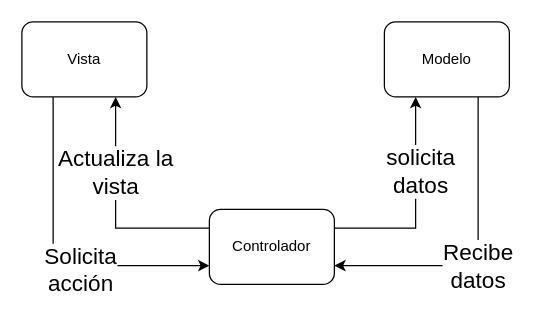
ROMthesheep/Libro-de-campo-del-iOS-developer keeps this draw.io diagram as Architecture demos/MVC/MVC.drawio. Above is the earlier version. Source tidied: cells renumbered, new cells numbered last; positions are measured from the earlier drawing's top-left corner, leaving out a move shared by most shapes. Both pictures are drawn from the tidied source at 125%, with x=0, y=0 at pixel (21, 21).
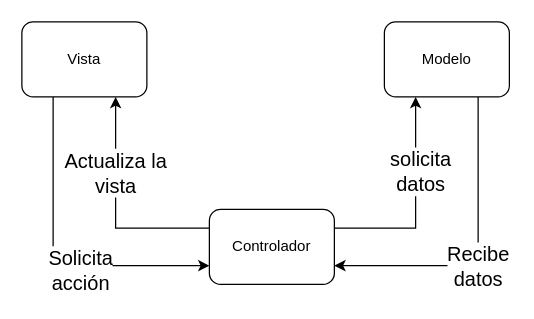
The same diagram, later.

Diff of the diagram source:
```diff
@@
 <mxGraphModel>
   <root>
     <mxCell id="0" />
     <mxCell id="1" parent="0" />
     <mxCell id="2" style="edgeStyle=orthogonalEdgeStyle;rounded=0;jettySize=auto;html=1;exitX=0.25;exitY=1;exitDx=0;exitDy=0;entryX=0;entryY=0.75;entryDx=0;entryDy=0;" parent="1" edge="1" source="4" target="9">
       <mxGeometry relative="1" as="geometry" />
     </mxCell>
-    <mxCell id="3" value="&lt;font style=&quot;font-size: 18px;&quot;&gt;Solicita &lt;br&gt;acción&lt;br&gt;&lt;/font&gt;" style="edgeLabel;html=1;align=center;verticalAlign=middle;" parent="2" vertex="1">
+    <mxCell id="3" value="&lt;font style=&quot;font-size: 16px;&quot;&gt;Solicita &lt;br&gt;acción&lt;br&gt;&lt;/font&gt;" style="edgeLabel;html=1;align=center;verticalAlign=middle;" parent="2" vertex="1">
       <mxGeometry x="0.2" y="-3" relative="1" as="geometry" />
     </mxCell>
     <mxCell id="4" value="Vista" style="rounded=1;whiteSpace=wrap;html=1;" parent="1" vertex="1">
       <mxGeometry width="100" height="60" as="geometry" />
     </mxCell>
     <mxCell id="5" style="edgeStyle=orthogonalEdgeStyle;rounded=0;jettySize=auto;html=1;exitX=0;exitY=0.25;exitDx=0;exitDy=0;entryX=0.75;entryY=1;entryDx=0;entryDy=0;" parent="1" edge="1" source="9" target="4">
       <mxGeometry relative="1" as="geometry" />
     </mxCell>
-    <mxCell id="6" value="&lt;font style=&quot;font-size: 18px;&quot;&gt;Actualiza la&lt;br&gt;&lt;/font&gt;&lt;div style=&quot;font-size: 18px;&quot;&gt;&lt;font style=&quot;font-size: 18px;&quot;&gt;vista&lt;/font&gt;&lt;/div&gt;" style="edgeLabel;html=1;align=center;verticalAlign=middle;" parent="5" vertex="1">
+    <mxCell id="6" value="&lt;font style=&quot;font-size: 16px;&quot;&gt;Actualiza la&lt;br&gt;&lt;/font&gt;&lt;div style=&quot;font-size: 16px;&quot;&gt;&lt;font style=&quot;font-size: 16px;&quot;&gt;vista&lt;/font&gt;&lt;/div&gt;" style="edgeLabel;html=1;align=center;verticalAlign=middle;" parent="5" vertex="1">
       <mxGeometry x="0.33" y="1" relative="1" as="geometry" />
     </mxCell>
     <mxCell id="7" style="edgeStyle=orthogonalEdgeStyle;rounded=0;jettySize=auto;html=1;exitX=1;exitY=0.25;exitDx=0;exitDy=0;entryX=0.25;entryY=1;entryDx=0;entryDy=0;" parent="1" edge="1" source="9" target="12">
       <mxGeometry relative="1" as="geometry" />
     </mxCell>
-    <mxCell id="8" value="&lt;font style=&quot;font-size: 18px;&quot;&gt;solicita&lt;br&gt;datos&lt;br&gt;&lt;/font&gt;" style="edgeLabel;html=1;align=center;verticalAlign=middle;" parent="7" vertex="1">
+    <mxCell id="8" value="&lt;font style=&quot;font-size: 16px;&quot;&gt;solicita&lt;br&gt;datos&lt;br&gt;&lt;/font&gt;" style="edgeLabel;html=1;align=center;verticalAlign=middle;" parent="7" vertex="1">
       <mxGeometry x="0.31" y="-3" relative="1" as="geometry" />
     </mxCell>
     <mxCell id="9" value="Controlador" style="rounded=1;whiteSpace=wrap;html=1;" parent="1" vertex="1">
       <mxGeometry x="150" y="150" width="100" height="60" as="geometry" />
     </mxCell>
     <mxCell id="10" style="edgeStyle=orthogonalEdgeStyle;rounded=0;jettySize=auto;html=1;exitX=0.75;exitY=1;exitDx=0;exitDy=0;entryX=1;entryY=0.75;entryDx=0;entryDy=0;" parent="1" edge="1" source="12" target="9">
       <mxGeometry relative="1" as="geometry" />
     </mxCell>
-    <mxCell id="11" value="&lt;font style=&quot;font-size: 18px;&quot;&gt;Recibe&lt;br&gt;datos&lt;br&gt;&lt;/font&gt;" style="edgeLabel;html=1;align=center;verticalAlign=middle;" parent="10" vertex="1">
+    <mxCell id="11" value="&lt;font style=&quot;font-size: 16px;&quot;&gt;Recibe&lt;br&gt;datos&lt;br&gt;&lt;/font&gt;" style="edgeLabel;html=1;align=center;verticalAlign=middle;" parent="10" vertex="1">
       <mxGeometry x="0.09" relative="1" as="geometry" />
     </mxCell>
     <mxCell id="12" value="&lt;div&gt;Modelo&lt;/div&gt;" style="rounded=1;whiteSpace=wrap;html=1;" parent="1" vertex="1">
       <mxGeometry x="290" width="100" height="60" as="geometry" />
     </mxCell>
   </root>
 </mxGraphModel>
```
